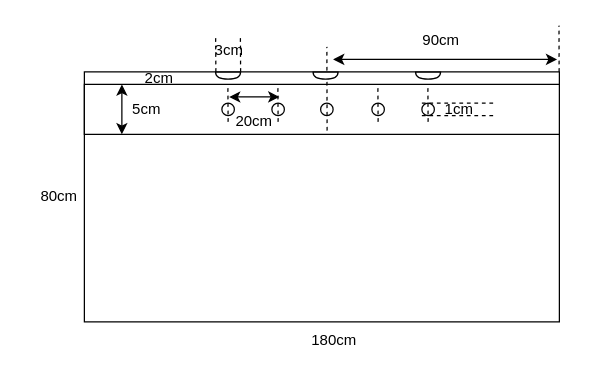
loveagri/cdn keeps this draw.io diagram as draw.drawio. Above is the earlier version. Source tidied: cells renumbered, new cells numbered last; positions are measured from the earlier drawing's top-left corner, leaving out a move shared by most shapes. Both pictures are drawn from the tidied source at 125%, with x=0, y=0 at pixel (21, 21).
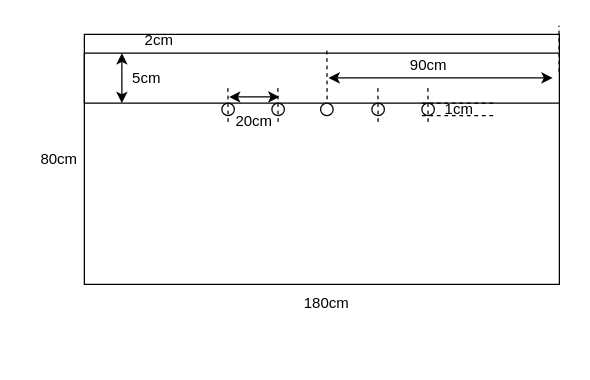
After the change.

Diff of the diagram source:
```diff
@@
     <mxCell id="2" style="rounded=0;whiteSpace=wrap;html=1;strokeWidth=1;" parent="1" vertex="1">
-      <mxGeometry x="50" y="40" width="380" height="200" as="geometry" />
+      <mxGeometry x="50" y="10" width="380" height="200" as="geometry" />
     </mxCell>
     <mxCell id="3" style="rounded=0;whiteSpace=wrap;html=1;" parent="1" vertex="1">
-      <mxGeometry x="50" y="50" width="380" height="40" as="geometry" />
+      <mxGeometry x="50" y="25" width="380" height="40" as="geometry" />
     </mxCell>
@@
     <mxCell id="15" style="endArrow=classic;startArrow=classic;html=1;rounded=0;" parent="1" edge="1">
       <mxGeometry relative="1" as="geometry">
-        <mxPoint x="249" y="30" as="sourcePoint" />
-        <mxPoint x="428.2" y="30" as="targetPoint" />
+        <mxPoint x="245.4" y="44.8" as="sourcePoint" />
+        <mxPoint x="424.6" y="44.8" as="targetPoint" />
         <Array as="points">
-          <mxPoint x="408" y="30" />
+          <mxPoint x="404.4" y="44.8" />
         </Array>
       </mxGeometry>
     </mxCell>
@@
     <mxCell id="17" value="90cm" style="text;html=1;align=center;verticalAlign=middle;strokeColor=none;fillColor=none;" parent="1" vertex="1">
-      <mxGeometry x="310" width="50" height="30" as="geometry" />
+      <mxGeometry x="300" y="20" width="50" height="30" as="geometry" />
     </mxCell>
     <mxCell id="18" value="2cm" style="text;html=1;align=center;verticalAlign=middle;whiteSpace=wrap;rounded=0;" parent="1" vertex="1">
-      <mxGeometry x="80" y="30" width="60" height="30" as="geometry" />
+      <mxGeometry x="80" width="60" height="30" as="geometry" />
     </mxCell>
     <mxCell id="19" style="endArrow=classic;startArrow=classic;html=1;rounded=0;entryX=0.158;entryY=0.55;entryDx=0;entryDy=0;entryPerimeter=0;" parent="1" edge="1">
       <mxGeometry relative="1" as="geometry">
-        <mxPoint x="80" y="50" as="sourcePoint" />
-        <mxPoint x="80" y="90" as="targetPoint" />
+        <mxPoint x="80" y="25" as="sourcePoint" />
+        <mxPoint x="80" y="65" as="targetPoint" />
       </mxGeometry>
     </mxCell>
     <mxCell id="20" value="5cm" style="text;html=1;align=center;verticalAlign=middle;whiteSpace=wrap;rounded=0;" parent="1" vertex="1">
-      <mxGeometry x="70" y="55" width="60" height="30" as="geometry" />
+      <mxGeometry x="70" y="30" width="60" height="30" as="geometry" />
     </mxCell>
@@
-    <mxCell id="25" style="shape=or;whiteSpace=wrap;html=1;rotation=90;" parent="1" vertex="1">
-      <mxGeometry x="240.2" y="33" width="5.5" height="20" as="geometry" />
-    </mxCell>
-    <mxCell id="26" style="shape=or;whiteSpace=wrap;html=1;rotation=90;" parent="1" vertex="1">
-      <mxGeometry x="322.2" y="33" width="5.5" height="20" as="geometry" />
-    </mxCell>
-    <mxCell id="27" style="shape=or;whiteSpace=wrap;html=1;rotation=90;" parent="1" vertex="1">
-      <mxGeometry x="162.2" y="33" width="5.5" height="20" as="geometry" />
-    </mxCell>
-    <mxCell id="28" style="endArrow=none;dashed=1;html=1;rounded=0;" parent="1" edge="1">
-      <mxGeometry relative="1" as="geometry">
-        <mxPoint x="175" y="40" as="sourcePoint" />
-        <mxPoint x="174.8" y="10" as="targetPoint" />
-      </mxGeometry>
-    </mxCell>
-    <mxCell id="29" style="endArrow=none;dashed=1;html=1;rounded=0;" parent="1" edge="1">
-      <mxGeometry relative="1" as="geometry">
-        <mxPoint x="155.2" y="40" as="sourcePoint" />
-        <mxPoint x="155" y="10" as="targetPoint" />
-      </mxGeometry>
-    </mxCell>
-    <mxCell id="30" value="3cm" style="text;html=1;align=center;verticalAlign=middle;whiteSpace=wrap;rounded=0;" parent="1" vertex="1">
-      <mxGeometry x="156" y="13" width="20" height="20" as="geometry" />
-    </mxCell>
     <mxCell id="31" value="80cm" style="text;html=1;align=center;verticalAlign=middle;whiteSpace=wrap;rounded=0;" parent="1" vertex="1">
-      <mxGeometry y="125" width="60" height="30" as="geometry" />
+      <mxGeometry y="95" width="60" height="30" as="geometry" />
     </mxCell>
     <mxCell id="32" value="180cm" style="text;html=1;align=center;verticalAlign=middle;whiteSpace=wrap;rounded=0;" parent="1" vertex="1">
-      <mxGeometry x="220" y="240" width="60" height="30" as="geometry" />
+      <mxGeometry x="214" y="210" width="60" height="30" as="geometry" />
     </mxCell>
```
